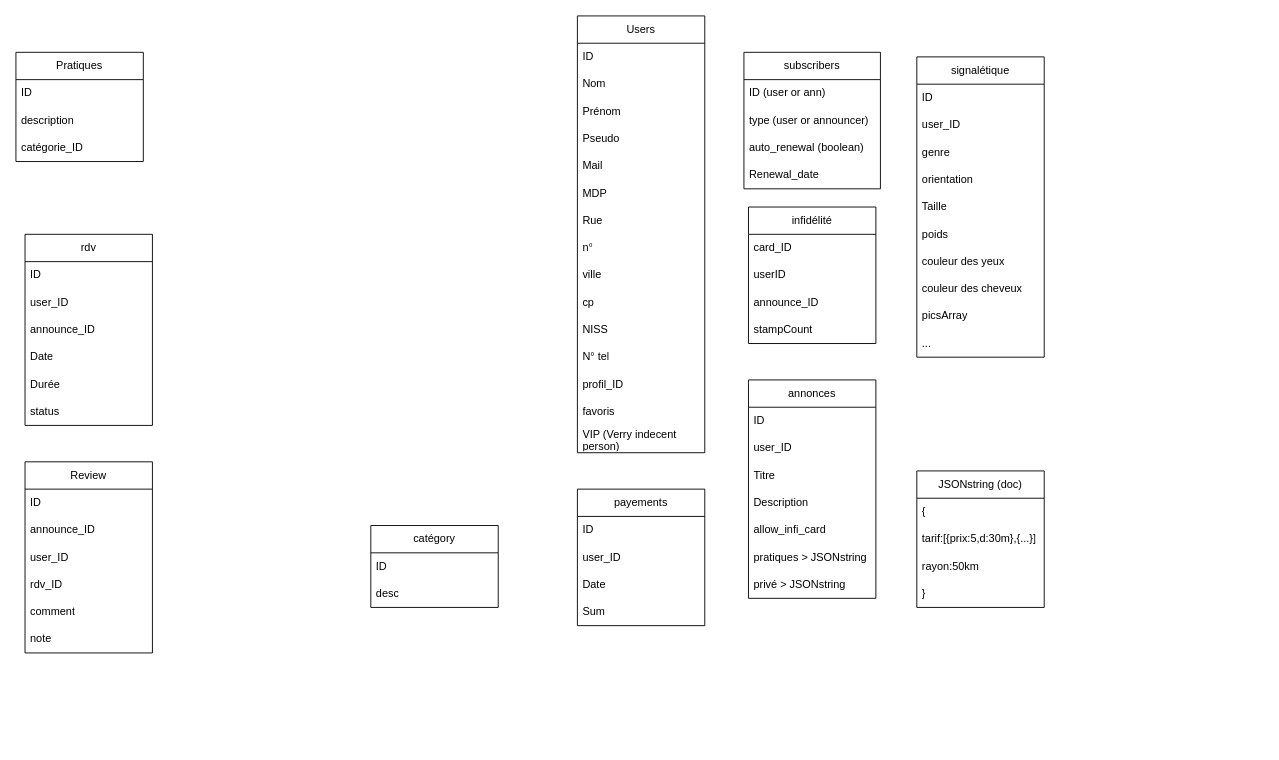
Coudji/mydraws keeps this draw.io diagram as Diagramme sans nom.drawio. Above is the earlier version. Source tidied: cells renumbered, new cells numbered last; positions are measured from the earlier drawing's top-left corner, leaving out a move shared by most shapes. Both pictures are drawn from the tidied source at 91%, with x=0, y=0 at pixel (15, 15).
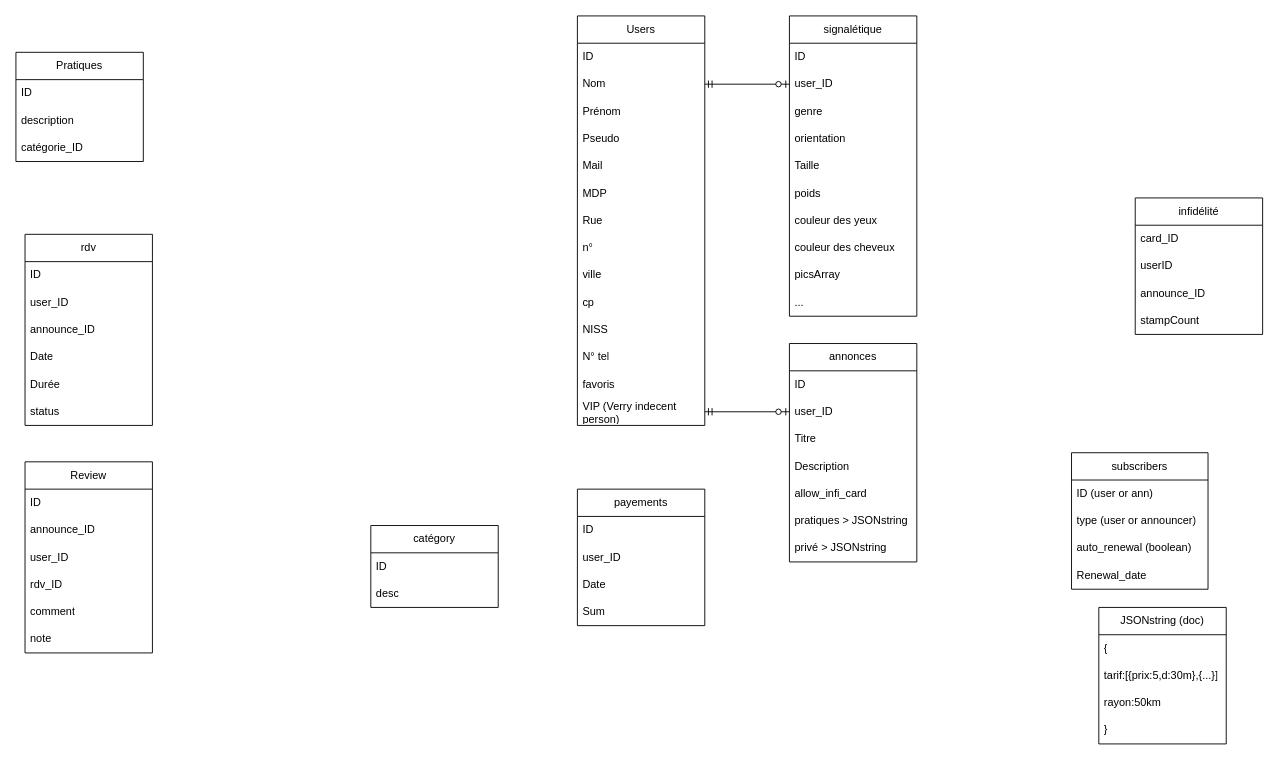
Above is the later version.

Commit message:
Mettre à jour Diagramme sans nom.drawio

The change refers to these unchanged cells:
```xml
<mxCell id="4" value="Nom" style="text;strokeColor=none;fillColor=none;align=left;verticalAlign=middle;spacingLeft=4;spacingRight=4;overflow=hidden;points=[[0,0.5],[1,0.5]];portConstraint=eastwest;whiteSpace=wrap;html=1;" parent="2" vertex="1">
  <mxGeometry y="60" width="140" height="30" as="geometry" />
</mxCell>
<mxCell id="20" value="user_ID" style="text;strokeColor=none;fillColor=none;align=left;verticalAlign=middle;spacingLeft=4;spacingRight=4;overflow=hidden;points=[[0,0.5],[1,0.5]];portConstraint=eastwest;whiteSpace=wrap;html=1;" parent="18" vertex="1">
  <mxGeometry y="60" width="140" height="30" as="geometry" />
</mxCell>
<mxCell id="49" value="user_ID" style="text;strokeColor=none;fillColor=none;align=left;verticalAlign=middle;spacingLeft=4;spacingRight=4;overflow=hidden;points=[[0,0.5],[1,0.5]];portConstraint=eastwest;whiteSpace=wrap;html=1;" parent="47" vertex="1">
  <mxGeometry y="60" width="140" height="30" as="geometry" />
</mxCell>
```

The edit, as a diff of the source:
```diff
@@
     <mxCell id="2" value="Users" style="swimlane;fontStyle=0;horizontal=1;startSize=30;whiteSpace=wrap;html=1;" parent="1" vertex="1">
-      <mxGeometry x="617" width="140" height="480" as="geometry" />
+      <mxGeometry x="617" width="140" height="450" as="geometry" />
     </mxCell>
@@
-    <mxCell id="15" value="profil_ID" style="text;strokeColor=none;fillColor=none;align=left;verticalAlign=middle;spacingLeft=4;spacingRight=4;overflow=hidden;whiteSpace=wrap;html=1;" parent="2" vertex="1">
-      <mxGeometry y="390" width="140" height="30" as="geometry" />
-    </mxCell>
     <mxCell id="16" value="favoris" style="text;strokeColor=none;fillColor=none;align=left;verticalAlign=middle;spacingLeft=4;spacingRight=4;overflow=hidden;whiteSpace=wrap;html=1;" parent="2" vertex="1">
-      <mxGeometry y="420" width="140" height="30" as="geometry" />
+      <mxGeometry y="390" width="140" height="30" as="geometry" />
     </mxCell>
     <mxCell id="17" value="VIP (Verry indecent person)" style="text;strokeColor=none;fillColor=none;align=left;verticalAlign=middle;spacingLeft=4;spacingRight=4;overflow=hidden;points=[[0,0.5],[1,0.5]];portConstraint=eastwest;whiteSpace=wrap;html=1;" parent="2" vertex="1">
-      <mxGeometry y="450" width="140" height="30" as="geometry" />
+      <mxGeometry y="420" width="140" height="30" as="geometry" />
     </mxCell>
     <mxCell id="18" value="signalétique" style="swimlane;fontStyle=0;horizontal=1;startSize=30;whiteSpace=wrap;html=1;" parent="1" vertex="1">
-      <mxGeometry x="990" y="45" width="140" height="330" as="geometry" />
+      <mxGeometry x="850" width="140" height="330" as="geometry" />
     </mxCell>
@@
     <mxCell id="47" value="annonces" style="swimlane;fontStyle=0;horizontal=1;startSize=30;whiteSpace=wrap;html=1;" parent="1" vertex="1">
-      <mxGeometry x="805" y="400" width="140" height="240" as="geometry" />
+      <mxGeometry x="850" y="360" width="140" height="240" as="geometry" />
     </mxCell>
@@
     <mxCell id="55" value="JSONstring (doc)" style="swimlane;fontStyle=0;horizontal=1;startSize=30;whiteSpace=wrap;html=1;" parent="1" vertex="1">
-      <mxGeometry x="990" y="500" width="140" height="150" as="geometry" />
+      <mxGeometry x="1190" y="650" width="140" height="150" as="geometry" />
     </mxCell>
@@
     <mxCell id="60" value="subscribers" style="swimlane;fontStyle=0;horizontal=1;startSize=30;whiteSpace=wrap;html=1;" parent="1" vertex="1">
-      <mxGeometry x="800" y="40" width="150" height="150" as="geometry" />
+      <mxGeometry x="1160" y="480" width="150" height="150" as="geometry" />
     </mxCell>
@@
     <mxCell id="65" value="infidélité" style="swimlane;fontStyle=0;horizontal=1;startSize=30;whiteSpace=wrap;html=1;" parent="1" vertex="1">
-      <mxGeometry x="805" y="210" width="140" height="150" as="geometry" />
+      <mxGeometry x="1230" y="200" width="140" height="150" as="geometry" />
     </mxCell>
@@
+    <mxCell id="78" style="edgeStyle=entityRelationEdgeStyle;fontSize=12;html=1;endArrow=ERzeroToOne;startArrow=ERmandOne;rounded=0;entryX=0;entryY=0.5;entryDx=0;entryDy=0;exitX=1;exitY=0.5;exitDx=0;exitDy=0;" parent="1" edge="1" source="4" target="20">
+      <mxGeometry relative="1" as="geometry" />
+    </mxCell>
+    <mxCell id="79" style="edgeStyle=entityRelationEdgeStyle;fontSize=12;html=1;endArrow=ERzeroToOne;startArrow=ERmandOne;rounded=0;entryX=0;entryY=0.5;entryDx=0;entryDy=0;" parent="1" edge="1" source="17" target="49">
+      <mxGeometry relative="1" as="geometry" />
+    </mxCell>
```
